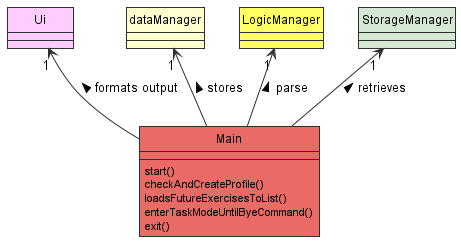
Before: docs/images/MainClass.png, a diagram exported from PlantUML (tryyang2001/tp).
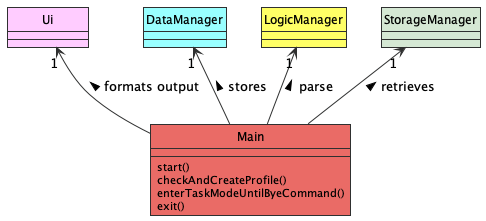
After the change.

What changed in the source:
```diff
@@ -4,7 +4,8 @@
 
 class  "        Ui        " as Ui
 
-dataManager "1" <-- Main: stores <
+class DataManager DATA_COLOUR
+DataManager "1" <-- Main: stores <
 LogicManager "1" <-- Main : parse <
 Ui "1" <-- Main : formats output <
 StorageManager "1" <-- Main : retrieves <
@@ -12,7 +13,6 @@
 class Main MAIN_COLOUR {
 start()
 checkAndCreateProfile()
-loadsFutureExercisesToList()
 enterTaskModeUntilByeCommand()
 exit()
 }
```
